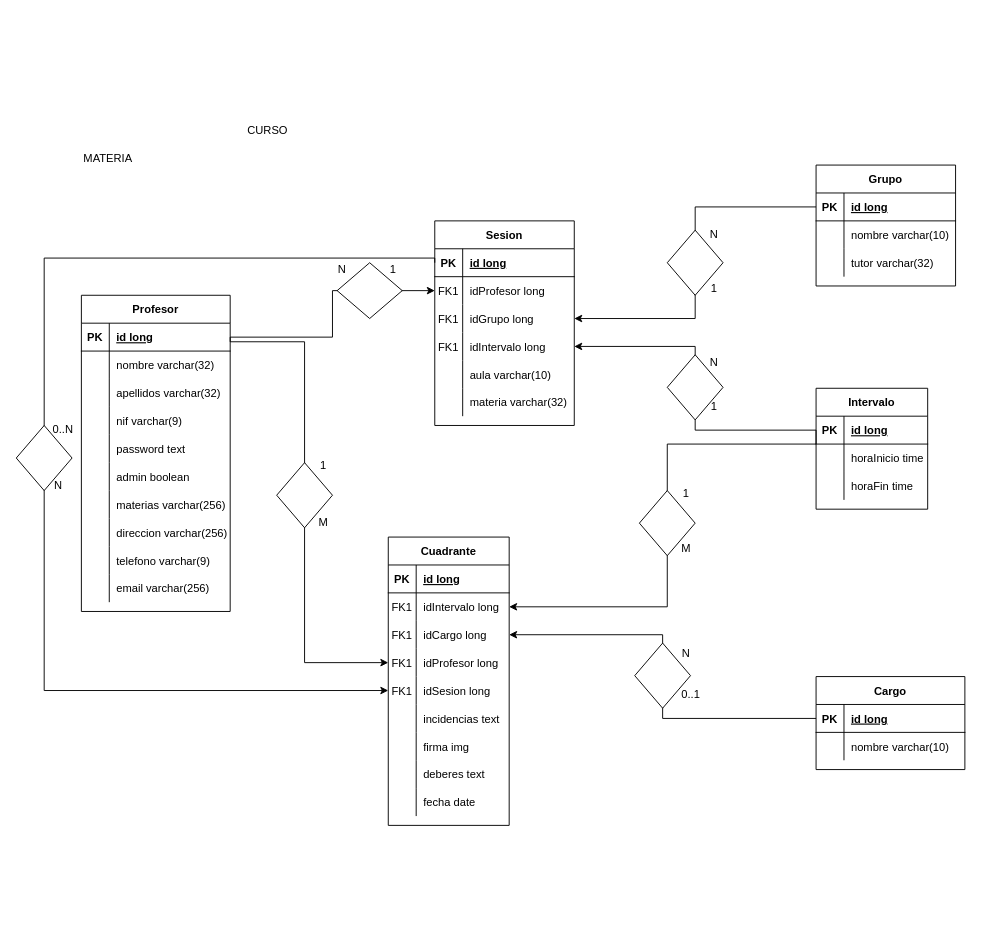
daviddoichita/ProyectoDAW-DavidD-Cesar-Carlos keeps this draw.io diagram as bbdd.drawio. Above is the earlier version. Source tidied: cells renumbered, new cells numbered last; positions are measured from the earlier drawing's top-left corner, leaving out a move shared by most shapes. Both pictures are drawn from the tidied source at 93%, with x=0, y=0 at pixel (16, 116).
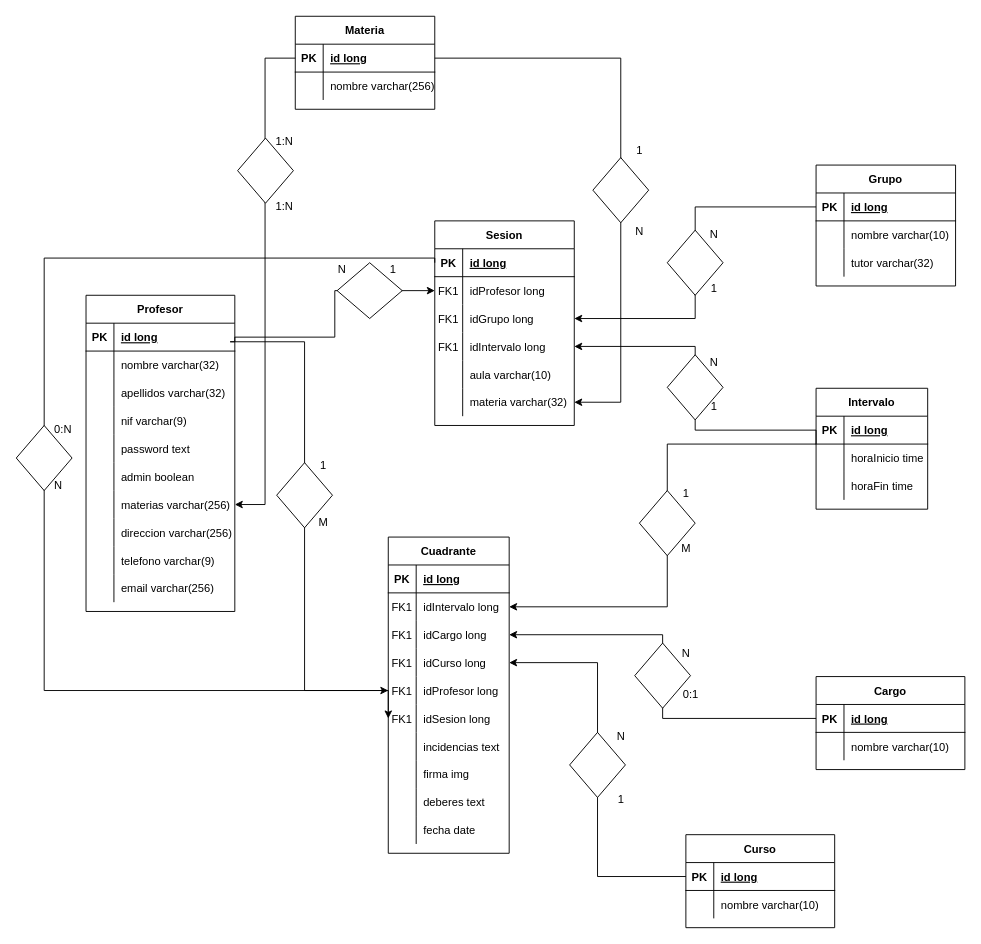
The same page after the edit.

Commit message:
Base de datos actualizada

Unchanged cells that the change refers to:
```xml
<mxCell id="28" style="shape=partialRectangle;fillColor=none;points=[[0,0.5],[1,0.5]];portConstraint=eastwest;top=0;left=0;right=0;bottom=0;" parent="9" vertex="1">
  <mxGeometry y="210" width="160" height="30" as="geometry" />
</mxCell>
<mxCell id="56" style="shape=partialRectangle;fillColor=none;points=[[0,0.5],[1,0.5]];portConstraint=eastwest;top=0;left=0;right=0;bottom=0;" parent="40" vertex="1">
  <mxGeometry y="180" width="150" height="30" as="geometry" />
</mxCell>
```

Change to the diagram source:
```diff
@@
     <mxCell id="9" value="Profesor" style="shape=table;startSize=30;childLayout=tableLayout;rowLines=0;fontStyle=1;align=center;" parent="1" vertex="1">
-      <mxGeometry x="70" y="192" width="160" height="340" as="geometry" />
+      <mxGeometry x="75" y="192" width="160" height="340" as="geometry" />
     </mxCell>
@@
     <mxCell id="79" value="Cuadrante" style="shape=table;startSize=30;childLayout=tableLayout;rowLines=0;fontStyle=1;align=center;" parent="1" vertex="1">
-      <mxGeometry x="400" y="452" width="130" height="310" as="geometry" />
+      <mxGeometry x="400" y="452" width="130" height="340" as="geometry" />
     </mxCell>
@@
+    <mxCell id="137" style="shape=partialRectangle;fillColor=none;points=[[0,0.5],[1,0.5]];portConstraint=eastwest;top=0;left=0;right=0;bottom=0;" parent="79" vertex="1">
+      <mxGeometry y="120" width="130" height="30" as="geometry" />
+    </mxCell>
+    <mxCell id="138" value="FK1" style="shape=partialRectangle;overflow=hidden;fillColor=none;top=0;left=0;bottom=0;right=0;" parent="137" vertex="1">
+      <mxGeometry width="30" height="30" as="geometry" />
+    </mxCell>
+    <mxCell id="139" value="idCurso long" style="shape=partialRectangle;overflow=hidden;fillColor=none;top=0;left=0;bottom=0;right=0;align=left;spacingLeft=6;" parent="137" vertex="1">
+      <mxGeometry x="30" width="100" height="30" as="geometry" />
+    </mxCell>
     <mxCell id="89" style="shape=partialRectangle;fillColor=none;points=[[0,0.5],[1,0.5]];portConstraint=eastwest;top=0;left=0;right=0;bottom=0;" parent="79" vertex="1">
-      <mxGeometry y="120" width="130" height="30" as="geometry" />
+      <mxGeometry y="150" width="130" height="30" as="geometry" />
     </mxCell>
@@
     <mxCell id="92" style="shape=partialRectangle;fillColor=none;points=[[0,0.5],[1,0.5]];portConstraint=eastwest;top=0;left=0;right=0;bottom=0;" parent="79" vertex="1">
-      <mxGeometry y="150" width="130" height="30" as="geometry" />
+      <mxGeometry y="180" width="130" height="30" as="geometry" />
     </mxCell>
@@
     <mxCell id="95" style="shape=partialRectangle;fillColor=none;top=0;left=0;right=0;bottom=0;" parent="79" vertex="1">
-      <mxGeometry y="180" width="130" height="30" as="geometry" />
+      <mxGeometry y="210" width="130" height="30" as="geometry" />
     </mxCell>
@@
     <mxCell id="98" style="shape=partialRectangle;fillColor=none;top=0;left=0;right=0;bottom=0;" parent="79" vertex="1">
-      <mxGeometry y="210" width="130" height="30" as="geometry" />
+      <mxGeometry y="240" width="130" height="30" as="geometry" />
     </mxCell>
@@
     <mxCell id="101" style="shape=partialRectangle;fillColor=none;top=0;left=0;right=0;bottom=0;" parent="79" vertex="1">
-      <mxGeometry y="240" width="130" height="30" as="geometry" />
+      <mxGeometry y="270" width="130" height="30" as="geometry" />
     </mxCell>
@@
     <mxCell id="104" style="shape=partialRectangle;fillColor=none;top=0;left=0;right=0;bottom=0;" parent="79" vertex="1">
-      <mxGeometry y="270" width="130" height="30" as="geometry" />
+      <mxGeometry y="300" width="130" height="30" as="geometry" />
     </mxCell>
@@
-    <mxCell id="122" value="0..N" style="text;html=1;align=center;verticalAlign=middle;strokeColor=none;fillColor=none;" parent="1" vertex="1">
-      <mxGeometry x="25" y="322" width="50" height="30" as="geometry" />
+    <mxCell id="122" value="0:N" style="text;html=1;align=center;verticalAlign=middle;strokeColor=none;fillColor=none;" parent="1" vertex="1">
+      <mxGeometry x="30" y="322" width="40" height="30" as="geometry" />
     </mxCell>
@@
-    <mxCell id="128" value="0..1" style="text;html=1;align=center;verticalAlign=middle;strokeColor=none;fillColor=none;" parent="1" vertex="1">
+    <mxCell id="128" value="0:1" style="text;html=1;align=center;verticalAlign=middle;strokeColor=none;fillColor=none;" parent="1" vertex="1">
       <mxGeometry x="705" y="606" width="40" height="30" as="geometry" />
     </mxCell>
@@
-    <mxCell id="135" value="MATERIA&amp;nbsp;" style="text;html=1;align=center;verticalAlign=middle;strokeColor=none;fillColor=none;" parent="1" vertex="1">
-      <mxGeometry x="60" y="30" width="80" height="30" as="geometry" />
-    </mxCell>
-    <mxCell id="136" value="CURSO" style="text;html=1;align=center;verticalAlign=middle;strokeColor=none;fillColor=none;" parent="1" vertex="1">
-      <mxGeometry x="235" width="70" height="30" as="geometry" />
-    </mxCell>
+    <mxCell id="140" value="Curso" style="shape=table;startSize=30;childLayout=tableLayout;rowLines=0;fontStyle=1;align=center;" parent="1" vertex="1">
+      <mxGeometry x="720" y="772" width="160" height="100" as="geometry" />
+    </mxCell>
+    <mxCell id="141" style="shape=partialRectangle;fillColor=none;points=[[0,0.5],[1,0.5]];portConstraint=eastwest;top=0;left=0;right=0;bottom=1;" parent="140" vertex="1">
+      <mxGeometry y="30" width="160" height="30" as="geometry" />
+    </mxCell>
+    <mxCell id="142" value="PK" style="shape=partialRectangle;overflow=hidden;fillColor=none;top=0;left=0;bottom=0;right=0;fontStyle=1;" parent="141" vertex="1">
+      <mxGeometry width="30" height="30" as="geometry" />
+    </mxCell>
+    <mxCell id="143" value="id long" style="shape=partialRectangle;overflow=hidden;fillColor=none;top=0;left=0;bottom=0;right=0;align=left;spacingLeft=6;fontStyle=5;" parent="141" vertex="1">
+      <mxGeometry x="30" width="130" height="30" as="geometry" />
+    </mxCell>
+    <mxCell id="144" style="shape=partialRectangle;fillColor=none;top=0;left=0;right=0;bottom=0;" parent="140" vertex="1">
+      <mxGeometry y="60" width="160" height="30" as="geometry" />
+    </mxCell>
+    <mxCell id="145" style="shape=partialRectangle;overflow=hidden;fillColor=none;top=0;left=0;bottom=0;right=0;" parent="144" vertex="1">
+      <mxGeometry width="30" height="30" as="geometry" />
+    </mxCell>
+    <mxCell id="146" value="nombre varchar(10)" style="shape=partialRectangle;overflow=hidden;fillColor=none;top=0;left=0;bottom=0;right=0;align=left;spacingLeft=6;" parent="144" vertex="1">
+      <mxGeometry x="30" width="130" height="30" as="geometry" />
+    </mxCell>
+    <mxCell id="147" style="endArrow=classic;html=1;rounded=0;entryX=1;entryY=0.5;entryDx=0;entryDy=0;exitX=0;exitY=0.5;exitDx=0;exitDy=0;edgeStyle=orthogonalEdgeStyle;" parent="1" edge="1" source="141" target="137">
+      <mxGeometry relative="1" as="geometry" />
+    </mxCell>
+    <mxCell id="148" style="shape=rhombus;perimeter=rhombusPerimeter;whiteSpace=wrap;html=1;align=center;direction=south;fontColor=default;labelBackgroundColor=none;fillStyle=solid;fillColor=default;gradientColor=none;gradientDirection=east;" parent="1" vertex="1">
+      <mxGeometry x="595" y="662" width="60" height="70" as="geometry" />
+    </mxCell>
+    <mxCell id="149" value="N" style="text;html=1;align=center;verticalAlign=middle;strokeColor=none;fillColor=none;" parent="1" vertex="1">
+      <mxGeometry x="635" y="652" width="30" height="30" as="geometry" />
+    </mxCell>
+    <mxCell id="150" value="1" style="text;html=1;align=center;verticalAlign=middle;strokeColor=none;fillColor=none;" parent="1" vertex="1">
+      <mxGeometry x="635" y="719" width="30" height="30" as="geometry" />
+    </mxCell>
+    <mxCell id="151" value="Materia" style="shape=table;startSize=30;childLayout=tableLayout;rowLines=0;fontStyle=1;align=center;" parent="1" vertex="1">
+      <mxGeometry x="300" y="-108" width="150" height="100" as="geometry" />
+    </mxCell>
+    <mxCell id="152" style="shape=partialRectangle;fillColor=none;points=[[0,0.5],[1,0.5]];portConstraint=eastwest;top=0;left=0;right=0;bottom=1;" parent="151" vertex="1">
+      <mxGeometry y="30" width="150" height="30" as="geometry" />
+    </mxCell>
+    <mxCell id="153" value="PK" style="shape=partialRectangle;overflow=hidden;fillColor=none;top=0;left=0;bottom=0;right=0;fontStyle=1;" parent="152" vertex="1">
+      <mxGeometry width="30" height="30" as="geometry" />
+    </mxCell>
+    <mxCell id="154" value="id long" style="shape=partialRectangle;overflow=hidden;fillColor=none;top=0;left=0;bottom=0;right=0;align=left;spacingLeft=6;fontStyle=5;" parent="152" vertex="1">
+      <mxGeometry x="30" width="120" height="30" as="geometry" />
+    </mxCell>
+    <mxCell id="155" style="shape=partialRectangle;fillColor=none;top=0;left=0;right=0;bottom=0;" parent="151" vertex="1">
+      <mxGeometry y="60" width="150" height="30" as="geometry" />
+    </mxCell>
+    <mxCell id="156" style="shape=partialRectangle;overflow=hidden;fillColor=none;top=0;left=0;bottom=0;right=0;" parent="155" vertex="1">
+      <mxGeometry width="30" height="30" as="geometry" />
+    </mxCell>
+    <mxCell id="157" value="nombre varchar(256)" style="shape=partialRectangle;overflow=hidden;fillColor=none;top=0;left=0;bottom=0;right=0;align=left;spacingLeft=6;" parent="155" vertex="1">
+      <mxGeometry x="30" width="120" height="30" as="geometry" />
+    </mxCell>
+    <mxCell id="158" style="endArrow=classic;html=1;rounded=0;edgeStyle=orthogonalEdgeStyle;" parent="1" edge="1" source="152" target="28">
+      <mxGeometry relative="1" as="geometry" />
+    </mxCell>
+    <mxCell id="159" style="endArrow=classic;html=1;rounded=0;exitX=1;exitY=0.5;exitDx=0;exitDy=0;edgeStyle=orthogonalEdgeStyle;" parent="1" edge="1" source="152" target="56">
+      <mxGeometry relative="1" as="geometry">
+        <Array as="points">
+          <mxPoint x="650" y="-63" />
+          <mxPoint x="650" y="307" />
+        </Array>
+      </mxGeometry>
+    </mxCell>
+    <mxCell id="160" style="shape=rhombus;perimeter=rhombusPerimeter;whiteSpace=wrap;html=1;align=center;direction=west;fontColor=default;labelBackgroundColor=none;fillStyle=solid;fillColor=default;gradientColor=none;gradientDirection=east;rotation=90;" parent="1" vertex="1">
+      <mxGeometry x="615" y="49" width="70" height="60" as="geometry" />
+    </mxCell>
+    <mxCell id="161" value="1" style="text;html=1;align=center;verticalAlign=middle;strokeColor=none;fillColor=none;" parent="1" vertex="1">
+      <mxGeometry x="655" y="22" width="30" height="30" as="geometry" />
+    </mxCell>
+    <mxCell id="162" value="N" style="text;html=1;align=center;verticalAlign=middle;strokeColor=none;fillColor=none;" parent="1" vertex="1">
+      <mxGeometry x="655" y="109" width="30" height="30" as="geometry" />
+    </mxCell>
+    <mxCell id="163" style="shape=rhombus;perimeter=rhombusPerimeter;whiteSpace=wrap;html=1;align=center;direction=west;fontColor=default;labelBackgroundColor=none;fillStyle=solid;fillColor=default;gradientColor=none;gradientDirection=east;rotation=90;" parent="1" vertex="1">
+      <mxGeometry x="233" y="28" width="70" height="60" as="geometry" />
+    </mxCell>
+    <mxCell id="164" value="1:N" style="text;html=1;align=center;verticalAlign=middle;strokeColor=none;fillColor=none;" parent="1" vertex="1">
+      <mxGeometry x="268" y="12" width="40" height="30" as="geometry" />
+    </mxCell>
+    <mxCell id="165" value="1:N" style="text;html=1;align=center;verticalAlign=middle;strokeColor=none;fillColor=none;" parent="1" vertex="1">
+      <mxGeometry x="268" y="82" width="40" height="30" as="geometry" />
+    </mxCell>
```
